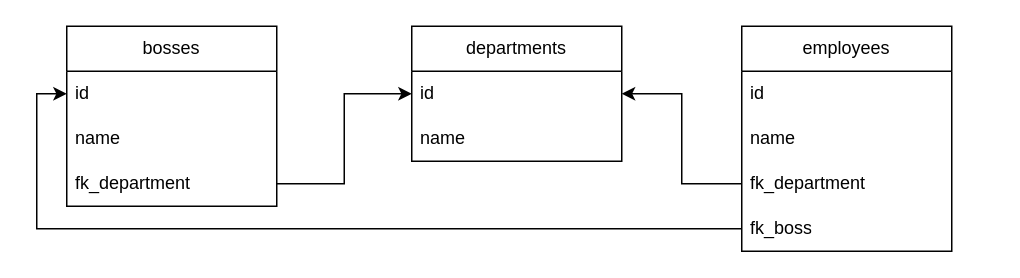
The draw.io diagram CPPSQL7_2_2.drawio in GarDeN-bear/CPPSQL7_2, before the edit. Source tidied: cells renumbered, new cells numbered last; positions are measured from the earlier drawing's top-left corner, leaving out a move shared by most shapes. Both pictures are drawn from the tidied source at 150%, with x=0, y=0 at pixel (36, 26).
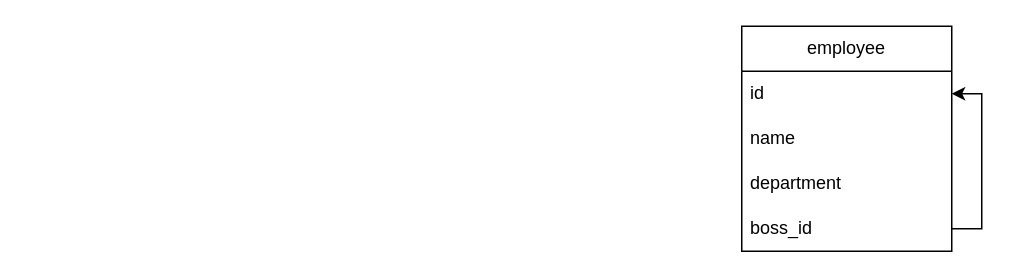
The same diagram, later.

Commit message (it also covers changes not shown here):
added collection in CPPSQL7_2_1 and CPPSQL7_8_2 done

Diff of the diagram source:
```diff
@@
 <mxGraphModel>
   <root>
     <mxCell id="0" />
     <mxCell id="1" parent="0" />
-    <mxCell id="2" value="employees" style="swimlane;fontStyle=0;horizontal=1;startSize=30;whiteSpace=wrap;html=1;" parent="1" vertex="1">
+    <mxCell id="2" value="employee" style="swimlane;fontStyle=0;horizontal=1;startSize=30;whiteSpace=wrap;html=1;" parent="1" vertex="1">
       <mxGeometry x="470" width="140" height="150" as="geometry" />
     </mxCell>
     <mxCell id="3" value="id" style="text;strokeColor=none;fillColor=none;align=left;verticalAlign=middle;spacingLeft=4;spacingRight=4;overflow=hidden;points=[[0,0.5],[1,0.5]];portConstraint=eastwest;whiteSpace=wrap;html=1;" parent="2" vertex="1">
       <mxGeometry y="30" width="140" height="30" as="geometry" />
     </mxCell>
     <mxCell id="4" value="name" style="text;strokeColor=none;fillColor=none;align=left;verticalAlign=middle;spacingLeft=4;spacingRight=4;overflow=hidden;whiteSpace=wrap;html=1;" parent="2" vertex="1">
       <mxGeometry y="60" width="140" height="30" as="geometry" />
     </mxCell>
-    <mxCell id="5" value="fk_department" style="text;strokeColor=none;fillColor=none;align=left;verticalAlign=middle;spacingLeft=4;spacingRight=4;overflow=hidden;points=[[0,0.5],[1,0.5]];portConstraint=eastwest;whiteSpace=wrap;html=1;" parent="2" vertex="1">
+    <mxCell id="5" value="department" style="text;strokeColor=none;fillColor=none;align=left;verticalAlign=middle;spacingLeft=4;spacingRight=4;overflow=hidden;points=[[0,0.5],[1,0.5]];portConstraint=eastwest;whiteSpace=wrap;html=1;" parent="2" vertex="1">
       <mxGeometry y="90" width="140" height="30" as="geometry" />
     </mxCell>
+    <mxCell id="17" style="edgeStyle=orthogonalEdgeStyle;rounded=0;jettySize=auto;html=1;entryX=1;entryY=0.5;entryDx=0;entryDy=0;exitX=1;exitY=0.5;exitDx=0;exitDy=0;" parent="2" edge="1" source="6" target="3">
+      <mxGeometry relative="1" as="geometry" />
+    </mxCell>
-    <mxCell id="6" value="fk_boss" style="text;strokeColor=none;fillColor=none;align=left;verticalAlign=middle;spacingLeft=4;spacingRight=4;overflow=hidden;points=[[0,0.5],[1,0.5]];portConstraint=eastwest;whiteSpace=wrap;html=1;" parent="2" vertex="1">
+    <mxCell id="6" value="boss_id" style="text;strokeColor=none;fillColor=none;align=left;verticalAlign=middle;spacingLeft=4;spacingRight=4;overflow=hidden;points=[[0,0.5],[1,0.5]];portConstraint=eastwest;whiteSpace=wrap;html=1;" parent="2" vertex="1">
       <mxGeometry y="120" width="140" height="30" as="geometry" />
     </mxCell>
-    <mxCell id="7" value="bosses" style="swimlane;fontStyle=0;horizontal=1;startSize=30;whiteSpace=wrap;html=1;" parent="1" vertex="1">
-      <mxGeometry x="20" width="140" height="120" as="geometry" />
-    </mxCell>
-    <mxCell id="8" value="id" style="text;strokeColor=none;fillColor=none;align=left;verticalAlign=middle;spacingLeft=4;spacingRight=4;overflow=hidden;points=[[0,0.5],[1,0.5]];portConstraint=eastwest;whiteSpace=wrap;html=1;" parent="7" vertex="1">
-      <mxGeometry y="30" width="140" height="30" as="geometry" />
-    </mxCell>
-    <mxCell id="9" value="name" style="text;strokeColor=none;fillColor=none;align=left;verticalAlign=middle;spacingLeft=4;spacingRight=4;overflow=hidden;whiteSpace=wrap;html=1;" parent="7" vertex="1">
-      <mxGeometry y="60" width="140" height="30" as="geometry" />
-    </mxCell>
-    <mxCell id="10" value="fk_department" style="text;strokeColor=none;fillColor=none;align=left;verticalAlign=middle;spacingLeft=4;spacingRight=4;overflow=hidden;points=[[0,0.5],[1,0.5]];portConstraint=eastwest;whiteSpace=wrap;html=1;" parent="7" vertex="1">
-      <mxGeometry y="90" width="140" height="30" as="geometry" />
-    </mxCell>
-    <mxCell id="11" value="departments" style="swimlane;fontStyle=0;horizontal=1;startSize=30;whiteSpace=wrap;html=1;" parent="1" vertex="1">
-      <mxGeometry x="250" width="140" height="90" as="geometry" />
-    </mxCell>
-    <mxCell id="12" value="id" style="text;strokeColor=none;fillColor=none;align=left;verticalAlign=middle;spacingLeft=4;spacingRight=4;overflow=hidden;points=[[0,0.5],[1,0.5]];portConstraint=eastwest;whiteSpace=wrap;html=1;" parent="11" vertex="1">
-      <mxGeometry y="30" width="140" height="30" as="geometry" />
-    </mxCell>
-    <mxCell id="13" value="name" style="text;strokeColor=none;fillColor=none;align=left;verticalAlign=middle;spacingLeft=4;spacingRight=4;overflow=hidden;whiteSpace=wrap;html=1;" parent="11" vertex="1">
-      <mxGeometry y="60" width="140" height="30" as="geometry" />
-    </mxCell>
-    <mxCell id="14" style="edgeStyle=orthogonalEdgeStyle;rounded=0;jettySize=auto;html=1;entryX=0;entryY=0.5;entryDx=0;entryDy=0;" parent="1" edge="1" source="10" target="12">
-      <mxGeometry relative="1" as="geometry" />
-    </mxCell>
-    <mxCell id="15" style="edgeStyle=orthogonalEdgeStyle;rounded=0;jettySize=auto;html=1;entryX=1;entryY=0.5;entryDx=0;entryDy=0;" parent="1" edge="1" source="5" target="12">
-      <mxGeometry relative="1" as="geometry" />
-    </mxCell>
-    <mxCell id="16" style="edgeStyle=orthogonalEdgeStyle;rounded=0;jettySize=auto;html=1;entryX=0;entryY=0.5;entryDx=0;entryDy=0;" parent="1" edge="1" source="6" target="8">
-      <mxGeometry relative="1" as="geometry">
-        <Array as="points">
-          <mxPoint y="135" />
-          <mxPoint y="45" />
-        </Array>
-      </mxGeometry>
-    </mxCell>
   </root>
 </mxGraphModel>
```
